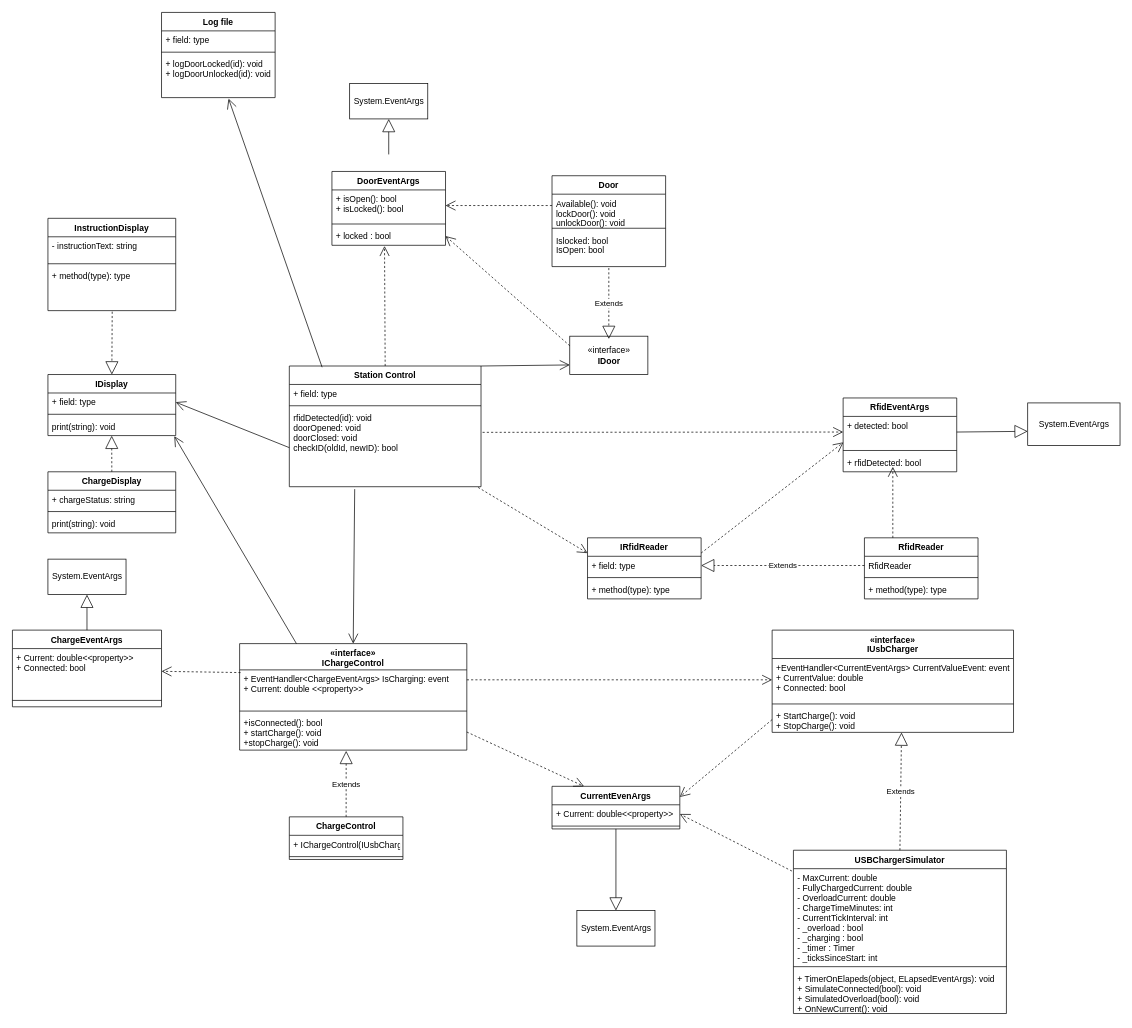
This is UML.drawio from ThomasStenholtLaursen/ChargingCabinet, a draw.io file, before an edit. Source tidied: cells renumbered, new cells numbered last; positions are measured from the earlier drawing's top-left corner, leaving out a move shared by most shapes. Both pictures are drawn from the tidied source at 71%, with x=0, y=0 at pixel (12, 12).
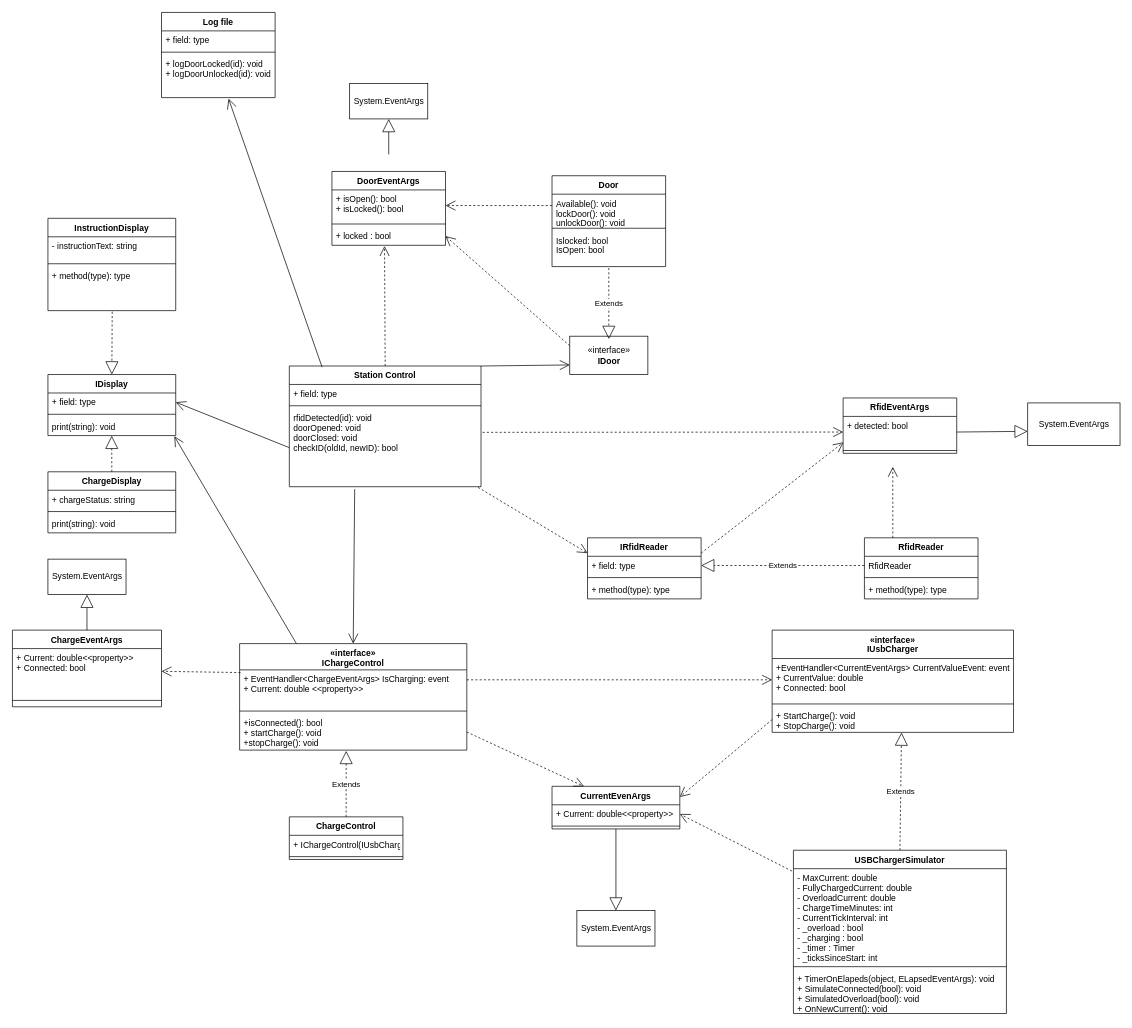
The same page after the edit.

The edit, as a diff of the source:
```diff
@@
     <mxCell id="70" value="RfidEventArgs" style="swimlane;fontStyle=1;align=center;verticalAlign=top;horizontal=1;startSize=26;" parent="1" vertex="1">
-      <mxGeometry x="1170" y="543" width="160" height="104" as="geometry" />
+      <mxGeometry x="1170" y="543" width="160" height="78" as="geometry" />
     </mxCell>
@@
-    <mxCell id="73" value="+ rfidDetected: bool" style="text;strokeColor=none;fillColor=none;align=left;verticalAlign=top;spacingLeft=4;spacingRight=4;overflow=hidden;" parent="70" vertex="1">
-      <mxGeometry y="78" width="160" height="26" as="geometry" />
-    </mxCell>
```
